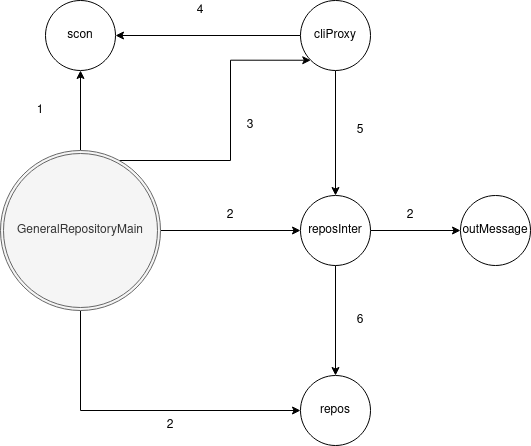
Earlier version of the draw.io export assignment2/diagramas/generalRepoMain.png (MarianaPinto17/SD). Source tidied: cells renumbered, new cells last; positions are measured from the earlier drawing's top-left corner, leaving out a move shared by most shapes. Its diagram source:
```xml
<mxGraphModel>
  <root>
    <mxCell id="0" />
    <mxCell id="1" parent="0" />
    <mxCell id="2" style="edgeStyle=orthogonalEdgeStyle;rounded=0;jettySize=auto;html=1;entryX=0;entryY=0.5;entryDx=0;entryDy=0;" parent="1" edge="1" source="6" target="15">
      <mxGeometry relative="1" as="geometry">
        <Array as="points">
          <mxPoint x="80" y="410" />
        </Array>
      </mxGeometry>
    </mxCell>
    <mxCell id="3" style="edgeStyle=orthogonalEdgeStyle;rounded=0;jettySize=auto;html=1;entryX=0.5;entryY=1;entryDx=0;entryDy=0;" parent="1" edge="1" source="6" target="7">
      <mxGeometry relative="1" as="geometry" />
    </mxCell>
    <mxCell id="4" style="edgeStyle=orthogonalEdgeStyle;rounded=0;jettySize=auto;html=1;entryX=0;entryY=1;entryDx=0;entryDy=0;" parent="1" edge="1" source="6" target="10">
      <mxGeometry relative="1" as="geometry">
        <Array as="points">
          <mxPoint x="230" y="160" />
          <mxPoint x="230" y="60" />
        </Array>
      </mxGeometry>
    </mxCell>
    <mxCell id="5" style="edgeStyle=orthogonalEdgeStyle;rounded=0;jettySize=auto;html=1;entryX=0;entryY=0.5;entryDx=0;entryDy=0;" parent="1" edge="1" source="6" target="13">
      <mxGeometry relative="1" as="geometry" />
    </mxCell>
    <mxCell id="6" value="GeneralRepositoryMain" style="ellipse;shape=doubleEllipse;margin=3;whiteSpace=wrap;html=1;align=center;fillColor=#f5f5f5;strokeColor=#666666;fontColor=#333333;" parent="1" vertex="1">
      <mxGeometry y="150" width="160" height="160" as="geometry" />
    </mxCell>
    <mxCell id="7" value="scon" style="ellipse;whiteSpace=wrap;html=1;align=center;" parent="1" vertex="1">
      <mxGeometry x="45" width="70" height="70" as="geometry" />
    </mxCell>
    <mxCell id="8" style="edgeStyle=orthogonalEdgeStyle;rounded=0;jettySize=auto;html=1;entryX=1;entryY=0.5;entryDx=0;entryDy=0;" parent="1" edge="1" source="10" target="7">
      <mxGeometry relative="1" as="geometry" />
    </mxCell>
    <mxCell id="9" style="edgeStyle=orthogonalEdgeStyle;rounded=0;jettySize=auto;html=1;entryX=0.5;entryY=0;entryDx=0;entryDy=0;" parent="1" edge="1" source="10" target="13">
      <mxGeometry relative="1" as="geometry" />
    </mxCell>
    <mxCell id="10" value="cliProxy" style="ellipse;whiteSpace=wrap;html=1;align=center;" parent="1" vertex="1">
      <mxGeometry x="300" width="70" height="70" as="geometry" />
    </mxCell>
    <mxCell id="11" style="edgeStyle=orthogonalEdgeStyle;rounded=0;jettySize=auto;html=1;entryX=0.5;entryY=0;entryDx=0;entryDy=0;" parent="1" edge="1" source="13" target="15">
      <mxGeometry relative="1" as="geometry" />
    </mxCell>
    <mxCell id="12" style="edgeStyle=orthogonalEdgeStyle;rounded=0;jettySize=auto;html=1;entryX=0;entryY=0.5;entryDx=0;entryDy=0;" parent="1" edge="1" source="13" target="14">
      <mxGeometry relative="1" as="geometry" />
    </mxCell>
    <mxCell id="13" value="reposInter" style="ellipse;whiteSpace=wrap;html=1;align=center;" parent="1" vertex="1">
      <mxGeometry x="300" y="195" width="70" height="70" as="geometry" />
    </mxCell>
    <mxCell id="14" value="outMessage" style="ellipse;whiteSpace=wrap;html=1;align=center;" parent="1" vertex="1">
      <mxGeometry x="460" y="195" width="70" height="70" as="geometry" />
    </mxCell>
    <mxCell id="15" value="repos" style="ellipse;whiteSpace=wrap;html=1;align=center;" parent="1" vertex="1">
      <mxGeometry x="300" y="375" width="70" height="70" as="geometry" />
    </mxCell>
    <mxCell id="16" value="1" style="text;html=1;strokeColor=none;fillColor=none;align=center;verticalAlign=middle;whiteSpace=wrap;rounded=0;" parent="1" vertex="1">
      <mxGeometry x="20" y="100" width="40" height="20" as="geometry" />
    </mxCell>
    <mxCell id="17" value="4" style="text;html=1;strokeColor=none;fillColor=none;align=center;verticalAlign=middle;whiteSpace=wrap;rounded=0;" parent="1" vertex="1">
      <mxGeometry x="180" width="40" height="20" as="geometry" />
    </mxCell>
    <mxCell id="18" value="5" style="text;html=1;strokeColor=none;fillColor=none;align=center;verticalAlign=middle;whiteSpace=wrap;rounded=0;" parent="1" vertex="1">
      <mxGeometry x="340" y="120" width="40" height="20" as="geometry" />
    </mxCell>
    <mxCell id="19" value="&lt;div&gt;3&lt;/div&gt;" style="text;html=1;strokeColor=none;fillColor=none;align=center;verticalAlign=middle;whiteSpace=wrap;rounded=0;" parent="1" vertex="1">
      <mxGeometry x="230" y="110" width="40" height="30" as="geometry" />
    </mxCell>
    <mxCell id="20" value="2" style="text;html=1;strokeColor=none;fillColor=none;align=center;verticalAlign=middle;whiteSpace=wrap;rounded=0;" parent="1" vertex="1">
      <mxGeometry x="210" y="200" width="40" height="30" as="geometry" />
    </mxCell>
    <mxCell id="21" value="2" style="text;html=1;strokeColor=none;fillColor=none;align=center;verticalAlign=middle;whiteSpace=wrap;rounded=0;" parent="1" vertex="1">
      <mxGeometry x="390" y="200" width="40" height="30" as="geometry" />
    </mxCell>
    <mxCell id="22" value="2" style="text;html=1;strokeColor=none;fillColor=none;align=center;verticalAlign=middle;whiteSpace=wrap;rounded=0;" parent="1" vertex="1">
      <mxGeometry x="150" y="410" width="40" height="30" as="geometry" />
    </mxCell>
    <mxCell id="23" value="6" style="text;html=1;strokeColor=none;fillColor=none;align=center;verticalAlign=middle;whiteSpace=wrap;rounded=0;" parent="1" vertex="1">
      <mxGeometry x="340" y="310" width="40" height="20" as="geometry" />
    </mxCell>
  </root>
</mxGraphModel>
```
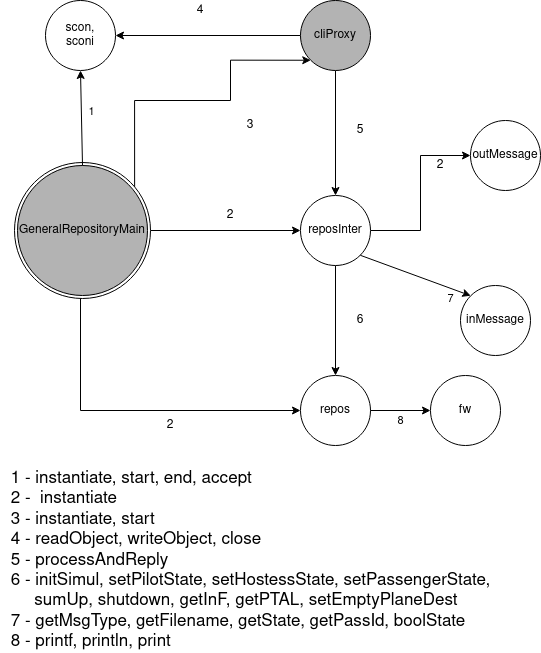
The same diagram one commit later.

Diff of the diagram source:
```diff
@@ -2,31 +2,27 @@
   <root>
     <mxCell id="0" />
     <mxCell id="1" parent="0" />
-    <mxCell id="2" style="edgeStyle=orthogonalEdgeStyle;rounded=0;jettySize=auto;html=1;entryX=0;entryY=0.5;entryDx=0;entryDy=0;" parent="1" edge="1" source="6" target="15">
+    <mxCell id="2" style="edgeStyle=orthogonalEdgeStyle;rounded=0;jettySize=auto;html=1;entryX=0;entryY=0.5;entryDx=0;entryDy=0;exitX=0.5;exitY=1;exitDx=0;exitDy=0;" parent="1" edge="1" source="6" target="15">
       <mxGeometry relative="1" as="geometry">
         <Array as="points">
+          <mxPoint x="80" y="295" />
           <mxPoint x="80" y="410" />
         </Array>
       </mxGeometry>
     </mxCell>
-    <mxCell id="3" style="edgeStyle=orthogonalEdgeStyle;rounded=0;jettySize=auto;html=1;entryX=0.5;entryY=1;entryDx=0;entryDy=0;" parent="1" edge="1" source="6" target="7">
-      <mxGeometry relative="1" as="geometry" />
-    </mxCell>
-    <mxCell id="4" style="edgeStyle=orthogonalEdgeStyle;rounded=0;jettySize=auto;html=1;entryX=0;entryY=1;entryDx=0;entryDy=0;" parent="1" edge="1" source="6" target="10">
+    <mxCell id="4" style="edgeStyle=orthogonalEdgeStyle;rounded=0;jettySize=auto;html=1;entryX=0;entryY=1;entryDx=0;entryDy=0;exitX=0.901;exitY=0.196;exitDx=0;exitDy=0;exitPerimeter=0;" parent="1" edge="1" source="6" target="10">
       <mxGeometry relative="1" as="geometry">
         <Array as="points">
-          <mxPoint x="230" y="160" />
+          <mxPoint x="134" y="100" />
+          <mxPoint x="230" y="100" />
           <mxPoint x="230" y="60" />
         </Array>
       </mxGeometry>
     </mxCell>
-    <mxCell id="5" style="edgeStyle=orthogonalEdgeStyle;rounded=0;jettySize=auto;html=1;entryX=0;entryY=0.5;entryDx=0;entryDy=0;" parent="1" edge="1" source="6" target="13">
+    <mxCell id="5" style="edgeStyle=orthogonalEdgeStyle;rounded=0;jettySize=auto;html=1;entryX=0;entryY=0.5;entryDx=0;entryDy=0;exitX=1;exitY=0.5;exitDx=0;exitDy=0;" parent="1" edge="1" source="25" target="13">
       <mxGeometry relative="1" as="geometry" />
     </mxCell>
-    <mxCell id="6" value="GeneralRepositoryMain" style="ellipse;shape=doubleEllipse;margin=3;whiteSpace=wrap;html=1;align=center;fillColor=#f5f5f5;strokeColor=#666666;fontColor=#333333;" parent="1" vertex="1">
-      <mxGeometry y="150" width="160" height="160" as="geometry" />
-    </mxCell>
-    <mxCell id="7" value="scon" style="ellipse;whiteSpace=wrap;html=1;align=center;" parent="1" vertex="1">
+    <mxCell id="7" value="&lt;div&gt;scon,&lt;/div&gt;&lt;div&gt;sconi&lt;br&gt;&lt;/div&gt;" style="ellipse;whiteSpace=wrap;html=1;align=center;" parent="1" vertex="1">
       <mxGeometry x="45" width="70" height="70" as="geometry" />
     </mxCell>
     <mxCell id="8" style="edgeStyle=orthogonalEdgeStyle;rounded=0;jettySize=auto;html=1;entryX=1;entryY=0.5;entryDx=0;entryDy=0;" parent="1" edge="1" source="10" target="7">
@@ -35,7 +31,7 @@
     <mxCell id="9" style="edgeStyle=orthogonalEdgeStyle;rounded=0;jettySize=auto;html=1;entryX=0.5;entryY=0;entryDx=0;entryDy=0;" parent="1" edge="1" source="10" target="13">
       <mxGeometry relative="1" as="geometry" />
     </mxCell>
-    <mxCell id="10" value="cliProxy" style="ellipse;whiteSpace=wrap;html=1;align=center;" parent="1" vertex="1">
+    <mxCell id="10" value="cliProxy" style="ellipse;whiteSpace=wrap;html=1;align=center;fillColor=#B3B3B3;" parent="1" vertex="1">
       <mxGeometry x="300" width="70" height="70" as="geometry" />
     </mxCell>
     <mxCell id="11" style="edgeStyle=orthogonalEdgeStyle;rounded=0;jettySize=auto;html=1;entryX=0.5;entryY=0;entryDx=0;entryDy=0;" parent="1" edge="1" source="13" target="15">
@@ -48,14 +44,11 @@
       <mxGeometry x="300" y="195" width="70" height="70" as="geometry" />
     </mxCell>
     <mxCell id="14" value="outMessage" style="ellipse;whiteSpace=wrap;html=1;align=center;" parent="1" vertex="1">
-      <mxGeometry x="460" y="195" width="70" height="70" as="geometry" />
+      <mxGeometry x="470" y="120" width="70" height="70" as="geometry" />
     </mxCell>
     <mxCell id="15" value="repos" style="ellipse;whiteSpace=wrap;html=1;align=center;" parent="1" vertex="1">
       <mxGeometry x="300" y="375" width="70" height="70" as="geometry" />
     </mxCell>
-    <mxCell id="16" value="1" style="text;html=1;strokeColor=none;fillColor=none;align=center;verticalAlign=middle;whiteSpace=wrap;rounded=0;" parent="1" vertex="1">
-      <mxGeometry x="20" y="100" width="40" height="20" as="geometry" />
-    </mxCell>
     <mxCell id="17" value="4" style="text;html=1;strokeColor=none;fillColor=none;align=center;verticalAlign=middle;whiteSpace=wrap;rounded=0;" parent="1" vertex="1">
       <mxGeometry x="180" width="40" height="20" as="geometry" />
     </mxCell>
@@ -69,7 +62,7 @@
       <mxGeometry x="210" y="200" width="40" height="30" as="geometry" />
     </mxCell>
     <mxCell id="21" value="2" style="text;html=1;strokeColor=none;fillColor=none;align=center;verticalAlign=middle;whiteSpace=wrap;rounded=0;" parent="1" vertex="1">
-      <mxGeometry x="390" y="200" width="40" height="30" as="geometry" />
+      <mxGeometry x="420" y="150" width="40" height="30" as="geometry" />
     </mxCell>
     <mxCell id="22" value="2" style="text;html=1;strokeColor=none;fillColor=none;align=center;verticalAlign=middle;whiteSpace=wrap;rounded=0;" parent="1" vertex="1">
       <mxGeometry x="150" y="410" width="40" height="30" as="geometry" />
@@ -77,5 +70,47 @@
     <mxCell id="23" value="6" style="text;html=1;strokeColor=none;fillColor=none;align=center;verticalAlign=middle;whiteSpace=wrap;rounded=0;" parent="1" vertex="1">
       <mxGeometry x="340" y="310" width="40" height="20" as="geometry" />
     </mxCell>
+    <mxCell id="24" style="group;" parent="1" vertex="1">
+      <mxGeometry x="14" y="162" width="136" height="136" as="geometry" />
+    </mxCell>
+    <mxCell id="25" style="ellipse;whiteSpace=wrap;html=1;align=center;" parent="24" vertex="1">
+      <mxGeometry width="136" height="136" as="geometry" />
+    </mxCell>
+    <mxCell id="6" value="GeneralRepositoryMain" style="ellipse;whiteSpace=wrap;html=1;align=center;strokeColor=#000000;fillColor=#B3B3B3;" parent="24" vertex="1">
+      <mxGeometry x="3" y="3" width="130" height="130" as="geometry" />
+    </mxCell>
+    <mxCell id="26" style="endArrow=classic;html=1;entryX=0;entryY=0;entryDx=0;entryDy=0;exitX=1;exitY=1;exitDx=0;exitDy=0;" parent="1" edge="1" source="13" target="28">
+      <mxGeometry relative="1" as="geometry" />
+    </mxCell>
+    <mxCell id="27" value="7" style="edgeLabel;html=1;align=center;verticalAlign=middle;" parent="26" vertex="1">
+      <mxGeometry x="0.29" y="-1" relative="1" as="geometry">
+        <mxPoint x="19" y="16" as="offset" />
+      </mxGeometry>
+    </mxCell>
+    <mxCell id="3" style="endArrow=classic;html=1;entryX=0.5;entryY=1;entryDx=0;entryDy=0;exitX=0.5;exitY=0;exitDx=0;exitDy=0;" parent="1" edge="1" source="6" target="7">
+      <mxGeometry relative="1" as="geometry" />
+    </mxCell>
+    <mxCell id="16" value="1" style="edgeLabel;html=1;align=center;verticalAlign=middle;" parent="3" vertex="1">
+      <mxGeometry x="-0.2" y="-1" relative="1" as="geometry">
+        <mxPoint x="8" y="-17" as="offset" />
+      </mxGeometry>
+    </mxCell>
+    <mxCell id="28" value="inMessage" style="ellipse;whiteSpace=wrap;html=1;align=center;" parent="1" vertex="1">
+      <mxGeometry x="460" y="285" width="70" height="70" as="geometry" />
+    </mxCell>
+    <mxCell id="29" value="fw" style="ellipse;whiteSpace=wrap;html=1;align=center;" parent="1" vertex="1">
+      <mxGeometry x="430" y="375" width="70" height="70" as="geometry" />
+    </mxCell>
+    <mxCell id="30" style="endArrow=classic;html=1;entryX=0;entryY=0.5;entryDx=0;entryDy=0;exitX=1;exitY=0.5;exitDx=0;exitDy=0;" parent="1" edge="1" source="15" target="29">
+      <mxGeometry relative="1" as="geometry" />
+    </mxCell>
+    <mxCell id="31" value="&lt;div&gt;8&lt;/div&gt;" style="edgeLabel;html=1;align=center;verticalAlign=middle;" parent="30" vertex="1">
+      <mxGeometry x="-0.31" relative="1" as="geometry">
+        <mxPoint x="9" y="10" as="offset" />
+      </mxGeometry>
+    </mxCell>
+    <mxCell id="32" value="&lt;div style=&quot;font-size: 17px&quot; align=&quot;left&quot;&gt;&lt;font style=&quot;font-size: 17px&quot;&gt;1 - instantiate, start, end, accept&lt;/font&gt;&lt;/div&gt;&lt;div style=&quot;font-size: 17px&quot; align=&quot;left&quot;&gt;&lt;font style=&quot;font-size: 17px&quot;&gt;2 -&amp;nbsp; instantiate&lt;/font&gt;&lt;/div&gt;&lt;div style=&quot;font-size: 17px&quot; align=&quot;left&quot;&gt;&lt;font style=&quot;font-size: 17px&quot;&gt;3 - instantiate, start&lt;/font&gt;&lt;/div&gt;&lt;div style=&quot;font-size: 17px&quot; align=&quot;left&quot;&gt;&lt;font style=&quot;font-size: 17px&quot;&gt;4 - readObject, writeObject, close&lt;/font&gt;&lt;/div&gt;&lt;div style=&quot;font-size: 17px&quot; align=&quot;left&quot;&gt;&lt;font style=&quot;font-size: 17px&quot;&gt;5 - processAndReply&lt;/font&gt;&lt;/div&gt;&lt;div style=&quot;font-size: 17px&quot; align=&quot;left&quot;&gt;&lt;font style=&quot;font-size: 17px&quot;&gt;6 - initSimul, setPilotState, setHostessState, setPassengerState, &lt;br&gt;&lt;/font&gt;&lt;/div&gt;&lt;div style=&quot;font-size: 17px&quot; align=&quot;left&quot;&gt;&lt;font style=&quot;font-size: 17px&quot;&gt;&amp;nbsp;&amp;nbsp;&amp;nbsp;&amp;nbsp; sumUp, shutdown, getInF, getPTAL, setEmptyPlaneDest&lt;br&gt;&lt;/font&gt;&lt;/div&gt;&lt;div style=&quot;font-size: 17px&quot; align=&quot;left&quot;&gt;&lt;font style=&quot;font-size: 17px&quot;&gt;7 - getMsgType, getFilename, getState, getPassId, boolState&lt;br&gt;&lt;/font&gt;&lt;/div&gt;&lt;div style=&quot;font-size: 17px&quot; align=&quot;left&quot;&gt;&lt;font style=&quot;font-size: 17px&quot;&gt;8 - printf, println, print&lt;br&gt;&lt;/font&gt;&lt;/div&gt;" style="text;html=1;align=center;verticalAlign=middle;strokeColor=none;" parent="1" vertex="1">
+      <mxGeometry y="495" width="500" height="130" as="geometry" />
+    </mxCell>
   </root>
 </mxGraphModel>
```
